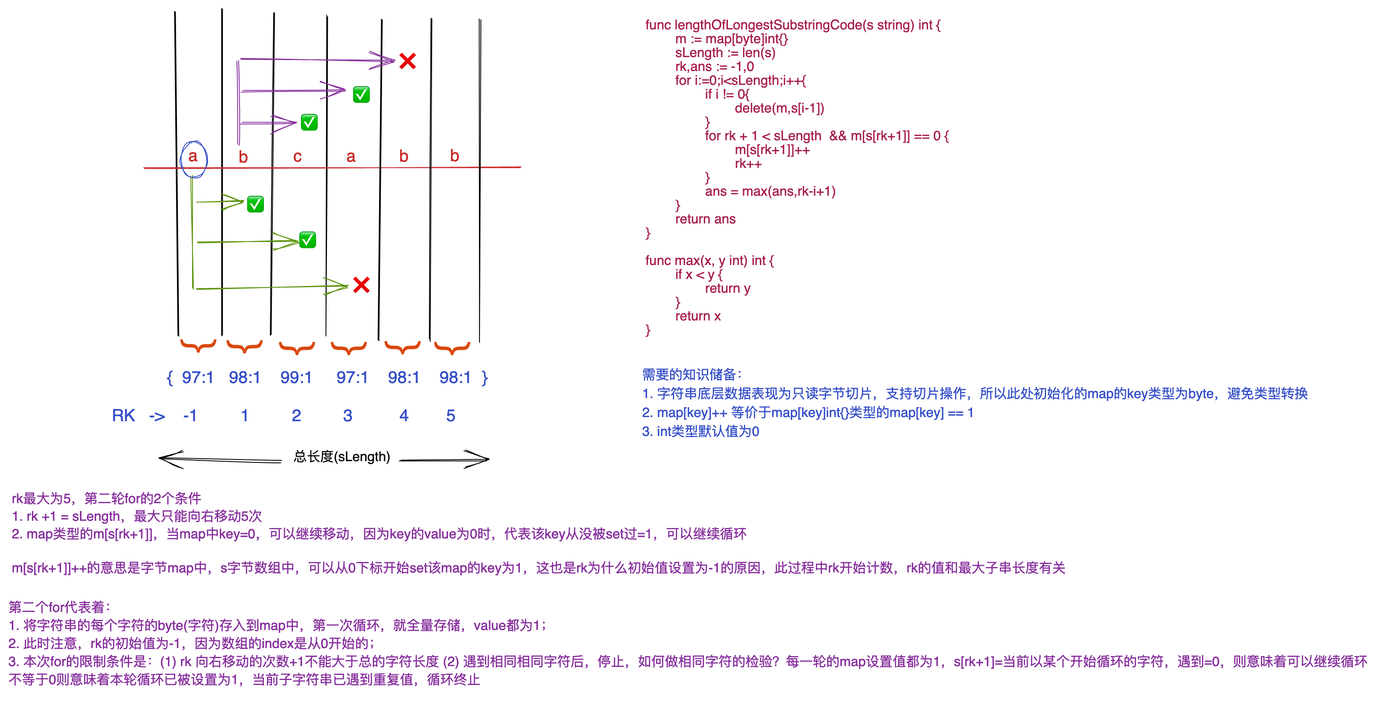
lijinghuatongxue/sh keeps this Excalidraw diagram as leetcode/img/longest-substring-without-repeating-characters.png. Above is the earlier version. Source tidied: one line per element, renumbered; positions are measured from the earlier drawing's top-left corner, leaving out a move shared by most shapes.
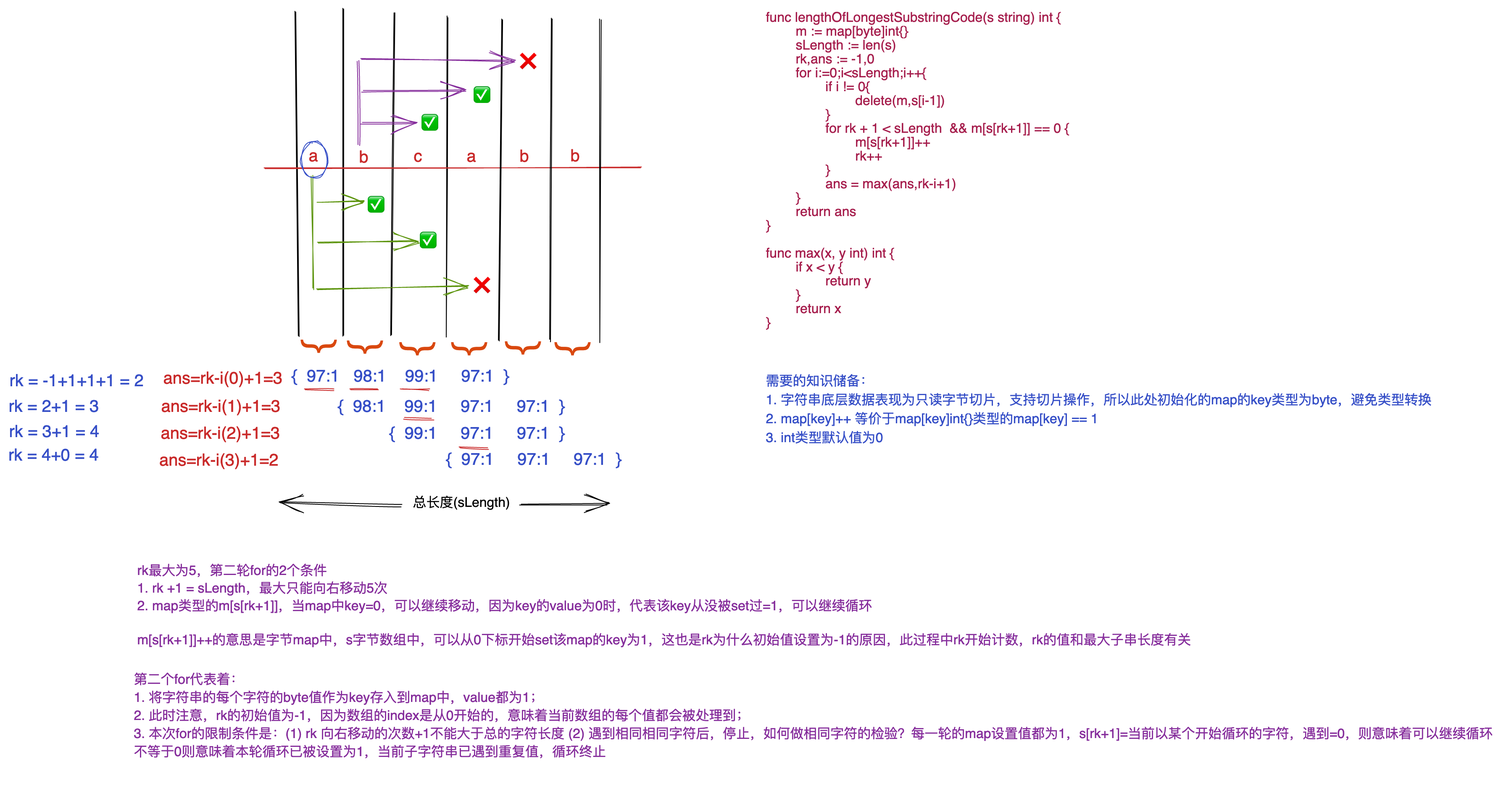
Later version of the same file.

Commit message:
leetcode 图解: 无重复字符的最长子串 -  滑动窗口

The edit, as a diff of the source:
```diff
@@ -1,7 +1,7 @@
 {"id": 0, "type": "line", "strokeColor": "#000000", "strokeWidth": 1, "roughness": 1, "x": 199, "y": 4, "width": 3, "height": 386, "points": [[0, 0], [3, 386]]}
-{"id": 1, "type": "line", "strokeColor": "#000000", "strokeWidth": 1, "roughness": 1, "x": 254, "y": 0, "width": 0, "height": 389, "points": [[0, 0], [0, 389]]}
+{"id": 1, "type": "line", "strokeColor": "#000000", "strokeWidth": 1, "roughness": 1, "x": 255, "y": 0, "width": 0, "height": 389, "points": [[0, 0], [0, 389]]}
 {"id": 2, "type": "line", "strokeColor": "#000000", "strokeWidth": 1, "roughness": 1, "x": 316, "y": 5, "width": 3, "height": 384, "points": [[0, 0], [-3, 384]]}
-{"id": 3, "type": "line", "strokeColor": "#000000", "strokeWidth": 1, "roughness": 1, "x": 379, "y": 10, "width": 1, "height": 380, "points": [[0, 0], [-1, 380]]}
+{"id": 3, "type": "line", "strokeColor": "#000000", "strokeWidth": 1, "roughness": 1, "x": 379, "y": 11, "width": 1, "height": 380, "points": [[0, 0], [-1, 380]]}
 {"id": 4, "type": "text", "text": "a", "strokeColor": "#c92a2a", "strokeWidth": 1, "roughness": 1, "fontSize": 20, "fontFamily": 2, "x": 214, "y": 166, "width": 11, "height": 21}
 {"id": 5, "type": "text", "text": "b", "strokeColor": "#c92a2a", "strokeWidth": 1, "roughness": 1, "fontSize": 20, "fontFamily": 2, "x": 274, "y": 168, "width": 11, "height": 21}
 {"id": 6, "type": "text", "text": "c", "strokeColor": "#c92a2a", "strokeWidth": 1, "roughness": 1, "fontSize": 20, "fontFamily": 2, "x": 339, "y": 167, "width": 10, "height": 21}
@@ -22,24 +22,39 @@
 {"id": 21, "type": "arrow", "strokeColor": "#862e9c", "strokeWidth": 1, "roughness": 1, "endArrowhead": "arrow", "to": 29, "x": 277, "y": 137, "width": 64, "height": 1, "points": [[0, 0], [64, -1]]}
 {"id": 22, "type": "arrow", "strokeColor": "#862e9c", "strokeWidth": 1, "roughness": 1, "endArrowhead": "arrow", "to": 30, "x": 278, "y": 100, "width": 123, "height": 2, "points": [[0, 0], [123, -2]]}
 {"id": 23, "type": "arrow", "strokeColor": "#862e9c", "strokeWidth": 1, "roughness": 1, "endArrowhead": "arrow", "to": 31, "x": 276, "y": 61, "width": 180, "height": 2, "points": [[0, 0], [180, 2]]}
-{"id": 24, "type": "text", "text": "func lengthOfLongestSubstringCode(s string) int {\n        m := map[byte]int{} \n        sLength := len(s)   \n        rk,ans := -1,0          \n        for i:=0;i<sLength;i++{\n                if i != 0{\n                        delete(m,s[i-1])\n                }\n                for rk + 1 < sLength  && m[s[rk+1]] == 0 {\n                        m[s[rk+1]]++\n                        rk++\n                }\n                ans = max(ans,rk-i+1)\n        }\n        return ans\n}\n\nfunc max(x, y int) int {\n        if x < y {\n                return y\n        }\n        return x\n}\n", "strokeColor": "#a61e4d", "strokeWidth": 1, "roughness": 1, "fontSize": 16, "fontFamily": 2, "x": 758, "y": 13, "width": 362, "height": 396}
+{"id": 24, "type": "text", "text": "func lengthOfLongestSubstringCode(s string) int {\n        m := map[byte]int{} \n        sLength := len(s)   \n        rk,ans := -1,0          \n        for i:=0;i<sLength;i++{\n                if i != 0{\n                        delete(m,s[i-1])\n                }\n                for rk + 1 < sLength  && m[s[rk+1]] == 0 {\n                        m[s[rk+1]]++\n                        rk++\n                }\n                ans = max(ans,rk-i+1)\n        }\n        return ans\n}\n\nfunc max(x, y int) int {\n        if x < y {\n                return y\n        }\n        return x\n}\n", "strokeColor": "#a61e4d", "strokeWidth": 1, "roughness": 1, "fontSize": 16, "fontFamily": 2, "x": 758, "y": 4, "width": 362, "height": 396}
-{"id": 25, "type": "arrow", "strokeColor": "#000000", "strokeWidth": 1, "roughness": 1, "endArrowhead": "arrow", "from": 27, "x": 324, "y": 539, "width": 143, "height": 3, "points": [[0, 0], [-143, -3]]}
+{"id": 25, "type": "arrow", "strokeColor": "#000000", "strokeWidth": 1, "roughness": 1, "endArrowhead": "arrow", "from": 27, "x": 324, "y": 591, "width": 143, "height": 3, "points": [[0, 0], [-143, -3]]}
-{"id": 26, "type": "arrow", "strokeColor": "#000000", "strokeWidth": 1, "roughness": 1, "endArrowhead": "arrow", "from": 27, "x": 465, "y": 538, "width": 105, "height": 1, "points": [[0, 0], [105, 1]]}
+{"id": 26, "type": "arrow", "strokeColor": "#000000", "strokeWidth": 1, "roughness": 1, "endArrowhead": "arrow", "from": 27, "x": 465, "y": 590, "width": 105, "height": 1, "points": [[0, 0], [105, 1]]}
-{"id": 27, "type": "text", "text": "总长度(sLength)", "strokeColor": "#000000", "strokeWidth": 1, "roughness": 1, "fontSize": 16, "fontFamily": 2, "x": 339, "y": 522, "width": 116, "height": 23}
+{"id": 27, "type": "text", "text": "总长度(sLength)", "strokeColor": "#000000", "strokeWidth": 1, "roughness": 1, "fontSize": 16, "fontFamily": 2, "x": 338, "y": 576, "width": 116, "height": 23}
 {"id": 28, "type": "line", "strokeColor": "#862e9c", "strokeWidth": 1, "roughness": 1, "x": 273, "y": 64, "width": 1, "height": 100, "points": [[0, 0], [1, 100]]}
 {"id": 29, "type": "text", "text": "✅", "strokeColor": "#364fc7", "strokeWidth": 1, "roughness": 1, "fontSize": 20, "fontFamily": 2, "x": 348, "y": 123, "width": 20, "height": 27}
 {"id": 30, "type": "text", "text": "✅", "strokeColor": "#364fc7", "strokeWidth": 1, "roughness": 1, "fontSize": 20, "fontFamily": 2, "x": 410, "y": 90, "width": 20, "height": 27}
 {"id": 31, "type": "text", "text": "❌", "strokeColor": "#364fc7", "strokeWidth": 1, "roughness": 1, "fontSize": 20, "fontFamily": 2, "x": 465, "y": 50, "width": 20, "height": 27}
-{"id": 32, "type": "text", "text": "rk最大为5，第二轮for的2个条件\n1. rk +1 = sLength，最大只能向右移动5次\n2. map类型的m[s[rk+1]]，当map中key=0，可以继续移动，因为key的value为0时，代表该key从没被set过=1，可以继续循环\n", "strokeColor": "#862e9c", "strokeWidth": 1, "roughness": 1, "fontSize": 16, "fontFamily": 2, "x": 4, "y": 572, "width": 875, "height": 84}
+{"id": 32, "type": "text", "text": "rk最大为5，第二轮for的2个条件\n1. rk +1 = sLength，最大只能向右移动5次\n2. map类型的m[s[rk+1]]，当map中key=0，可以继续移动，因为key的value为0时，代表该key从没被set过=1，可以继续循环\n", "strokeColor": "#862e9c", "strokeWidth": 1, "roughness": 1, "fontSize": 16, "fontFamily": 2, "x": 10, "y": 657, "width": 875, "height": 84}
-{"id": 33, "type": "text", "text": "m[s[rk+1]]++的意思是字节map中，s字节数组中，可以从0下标开始set该map的key为1，这也是rk为什么初始值设置为-1的原因，此过程中rk开始计数，rk的值和最大子串长度有关\n", "strokeColor": "#862e9c", "strokeWidth": 1, "roughness": 1, "fontSize": 16, "fontFamily": 2, "x": 4, "y": 656, "width": 1254, "height": 39}
+{"id": 33, "type": "text", "text": "m[s[rk+1]]++的意思是字节map中，s字节数组中，可以从0下标开始set该map的key为1，这也是rk为什么初始值设置为-1的原因，此过程中rk开始计数，rk的值和最大子串长度有关\n", "strokeColor": "#862e9c", "strokeWidth": 1, "roughness": 1, "fontSize": 16, "fontFamily": 2, "x": 10, "y": 741, "width": 1254, "height": 39}
-{"id": 34, "type": "text", "text": "第二个for代表着：\n1. 将字符串的每个字符的byte(字符)存入到map中，第一次循环，就全量存储，value都为1；\n2. 此时注意，rk的初始值为-1，因为数组的index是从0开始的；\n3. 本次for的限制条件是：(1) rk 向右移动的次数+1不能大于总的字符长度 (2) 遇到相同相同字符后，停止，如何做相同字符的检验？每一轮的map设置值都为1，s[rk+1]=当前以某个开始循环的字符，遇到=0，则意味着可以继续循环\n不等于0则意味着本轮循环已被设置为1，当前子字符串已遇到重复值，循环终止\n", "strokeColor": "#862e9c", "strokeWidth": 1, "roughness": 1, "fontSize": 16, "fontFamily": 2, "x": 0, "y": 701, "width": 1617, "height": 129}
+{"id": 34, "type": "text", "text": "第二个for代表着：\n1. 将字符串的每个字符的byte值作为key存入到map中，value都为1；\n2. 此时注意，rk的初始值为-1，因为数组的index是从0开始的，意味着当前数组的每个值都会被处理到；\n3. 本次for的限制条件是：(1) rk 向右移动的次数+1不能大于总的字符长度 (2) 遇到相同相同字符后，停止，如何做相同字符的检验？每一轮的map设置值都为1，s[rk+1]=当前以某个开始循环的字符，遇到=0，则意味着可以继续循环\n不等于0则意味着本轮循环已被设置为1，当前子字符串已遇到重复值，循环终止\n", "strokeColor": "#862e9c", "strokeWidth": 1, "roughness": 1, "fontSize": 16, "fontFamily": 2, "x": 6, "y": 786, "width": 1617, "height": 129}
-{"id": 35, "type": "text", "text": "需要的知识储备：\n1. 字符串底层数据表现为只读字节切片，支持切片操作，所以此处初始化的map的key类型为byte，避免类型转换\n2. map[key]++ 等价于map[key]int{}类型的map[key] == 1\n3. int类型默认值为0", "strokeColor": "#364fc7", "strokeWidth": 1, "roughness": 1, "fontSize": 16, "fontFamily": 2, "x": 754, "y": 424, "width": 792, "height": 90}
+{"id": 35, "type": "text", "text": "需要的知识储备：\n1. 字符串底层数据表现为只读字节切片，支持切片操作，所以此处初始化的map的key类型为byte，避免类型转换\n2. map[key]++ 等价于map[key]int{}类型的map[key] == 1\n3. int类型默认值为0", "strokeColor": "#364fc7", "strokeWidth": 1, "roughness": 1, "fontSize": 16, "fontFamily": 2, "x": 758, "y": 431, "width": 792, "height": 90}
 {"id": 36, "type": "ellipse", "strokeColor": "#364fc7", "strokeWidth": 1, "roughness": 1, "x": 205, "y": 159, "width": 32, "height": 43}
-{"id": 37, "type": "text", "text": "{  97:1   98:1    99:1     97:1    98:1    98:1  }", "strokeColor": "#364fc7", "strokeWidth": 1, "roughness": 1, "fontSize": 20, "fontFamily": 2, "x": 189, "y": 430, "width": 380, "height": 21}
+{"id": 37, "type": "text", "text": "{  97:1   98:1    99:1     97:1  }", "strokeColor": "#364fc7", "strokeWidth": 1, "roughness": 1, "fontSize": 20, "fontFamily": 2, "x": 194, "y": 428, "width": 258, "height": 21}
 {"id": 38, "type": "text", "text": "{", "strokeColor": "#d9480f", "angle": 4.71, "strokeWidth": 1, "roughness": 1, "fontSize": 45.74, "fontFamily": 2, "x": 334, "y": 380, "width": 16, "height": 48}
 {"id": 39, "type": "text", "text": "{", "strokeColor": "#d9480f", "angle": 4.71, "strokeWidth": 1, "roughness": 1, "fontSize": 45.74, "fontFamily": 2, "x": 217, "y": 377, "width": 16, "height": 48}
 {"id": 40, "type": "text", "text": "{", "strokeColor": "#d9480f", "angle": 4.71, "strokeWidth": 1, "roughness": 1, "fontSize": 45.74, "fontFamily": 2, "x": 272, "y": 378, "width": 16, "height": 48}
 {"id": 41, "type": "text", "text": "{", "strokeColor": "#d9480f", "angle": 4.71, "strokeWidth": 1, "roughness": 1, "fontSize": 45.74, "fontFamily": 2, "x": 396, "y": 380, "width": 16, "height": 48}
 {"id": 42, "type": "text", "text": "{", "strokeColor": "#d9480f", "angle": 4.71, "strokeWidth": 1, "roughness": 1, "fontSize": 45.74, "fontFamily": 2, "x": 460, "y": 379, "width": 16, "height": 48}
 {"id": 43, "type": "text", "text": "{", "strokeColor": "#d9480f", "angle": 4.71, "strokeWidth": 1, "roughness": 1, "fontSize": 45.74, "fontFamily": 2, "x": 519, "y": 380, "width": 16, "height": 48}
-{"id": 44, "type": "text", "text": "RK   ->    -1         1         2         3          4        5", "strokeColor": "#364fc7", "strokeWidth": 1, "roughness": 1, "fontSize": 20, "fontFamily": 2, "x": 123, "y": 476, "width": 408, "height": 21}
+{"id": 45, "type": "text", "text": "{  98:1    99:1     97:1     97:1  }", "strokeColor": "#364fc7", "strokeWidth": 1, "roughness": 1, "fontSize": 20, "fontFamily": 2, "x": 249, "y": 464, "width": 269, "height": 21}
+{"id": 46, "type": "text", "text": "rk = -1+1+1+1 = 2", "strokeColor": "#364fc7", "strokeWidth": 1, "roughness": 1, "fontSize": 20, "fontFamily": 2, "x": -142, "y": 434, "width": 160, "height": 21}
+{"id": 47, "type": "text", "text": "rk = 2+1 = 3", "strokeColor": "#364fc7", "strokeWidth": 1, "roughness": 1, "fontSize": 20, "fontFamily": 2, "x": -143, "y": 464, "width": 107, "height": 21}
+{"id": 48, "type": "text", "text": "ans=rk-i(0)+1=3", "strokeColor": "#c92a2a", "strokeWidth": 1, "roughness": 1, "fontSize": 20, "fontFamily": 2, "x": 41, "y": 431, "width": 142, "height": 21}
+{"id": 49, "type": "text", "text": "ans=rk-i(1)+1=3", "strokeColor": "#c92a2a", "strokeWidth": 1, "roughness": 1, "fontSize": 20, "fontFamily": 2, "x": 38, "y": 464, "width": 142, "height": 21}
+{"id": 50, "type": "text", "text": "            {  99:1     97:1     97:1  }", "strokeColor": "#364fc7", "strokeWidth": 1, "roughness": 1, "fontSize": 20, "fontFamily": 2, "x": 244, "y": 496, "width": 274, "height": 21}
+{"id": 51, "type": "text", "text": "rk = 3+1 = 4", "strokeColor": "#364fc7", "strokeWidth": 1, "roughness": 1, "fontSize": 20, "fontFamily": 2, "x": -142, "y": 494, "width": 107, "height": 21}
+{"id": 52, "type": "text", "text": "ans=rk-i(2)+1=3", "strokeColor": "#c92a2a", "strokeWidth": 1, "roughness": 1, "fontSize": 20, "fontFamily": 2, "x": 38, "y": 496, "width": 142, "height": 21}
+{"id": 53, "type": "line", "strokeColor": "#c92a2a", "strokeWidth": 1, "roughness": 1, "x": 209, "y": 454, "width": 34, "height": 0, "points": [[0, 0], [34, 0]]}
+{"id": 54, "type": "line", "strokeColor": "#c92a2a", "strokeWidth": 1, "roughness": 1, "x": 263, "y": 453, "width": 34, "height": 0, "points": [[0, 0], [34, 0]]}
+{"id": 55, "type": "line", "strokeColor": "#c92a2a", "strokeWidth": 1, "roughness": 1, "x": 324, "y": 453, "width": 34, "height": 0, "points": [[0, 0], [34, 0]]}
+{"id": 56, "type": "text", "text": "            {  97:1     97:1     97:1  }", "strokeColor": "#364fc7", "strokeWidth": 1, "roughness": 1, "fontSize": 20, "fontFamily": 2, "x": 311, "y": 527, "width": 274, "height": 21}
+{"id": 57, "type": "text", "text": "rk = 4+0 = 4", "strokeColor": "#364fc7", "strokeWidth": 1, "roughness": 1, "fontSize": 20, "fontFamily": 2, "x": -143, "y": 522, "width": 107, "height": 21}
+{"id": 58, "type": "text", "text": "ans=rk-i(3)+1=2", "strokeColor": "#c92a2a", "strokeWidth": 1, "roughness": 1, "fontSize": 20, "fontFamily": 2, "x": 36, "y": 528, "width": 142, "height": 21}
+{"id": 59, "type": "line", "strokeColor": "#c92a2a", "strokeWidth": 1, "roughness": 1, "x": 393, "y": 524, "width": 34, "height": 0, "points": [[0, 0], [34, 0]]}
+{"id": 60, "type": "line", "strokeColor": "#c92a2a", "strokeWidth": 1, "roughness": 1, "x": 327, "y": 488, "width": 34, "height": 0, "points": [[0, 0], [34, 0]]}
```
